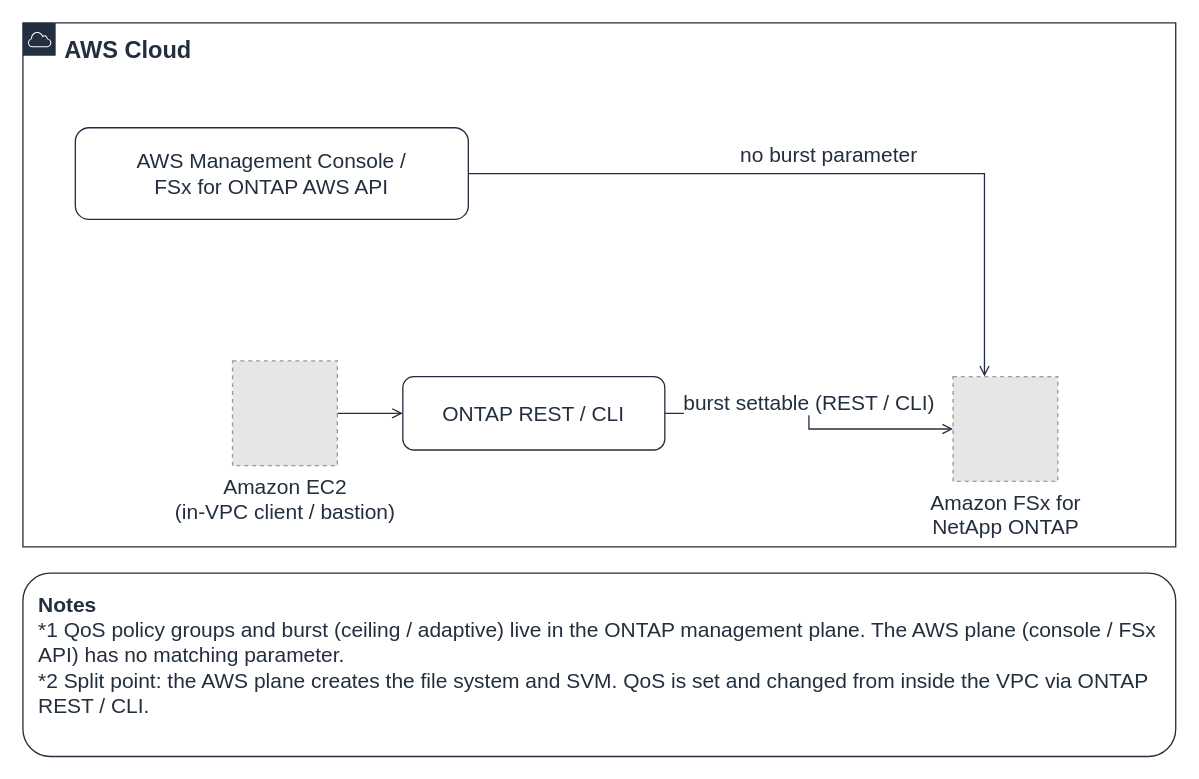
This is docs/_assets/diagrams/qos-burst-two-plane-en.drawio from Yoshiki0705/FSx-for-ONTAP-Adoption-Playbook, a draw.io file, before an edit. Source tidied: cells renumbered, new cells numbered last; positions are measured from the earlier drawing's top-left corner, leaving out a move shared by most shapes. Both pictures are drawn from the tidied source at 131%, with x=0, y=0 at pixel (22, 22). Pictures stored in the file or linked from it are replaced by grey dashed boxes.
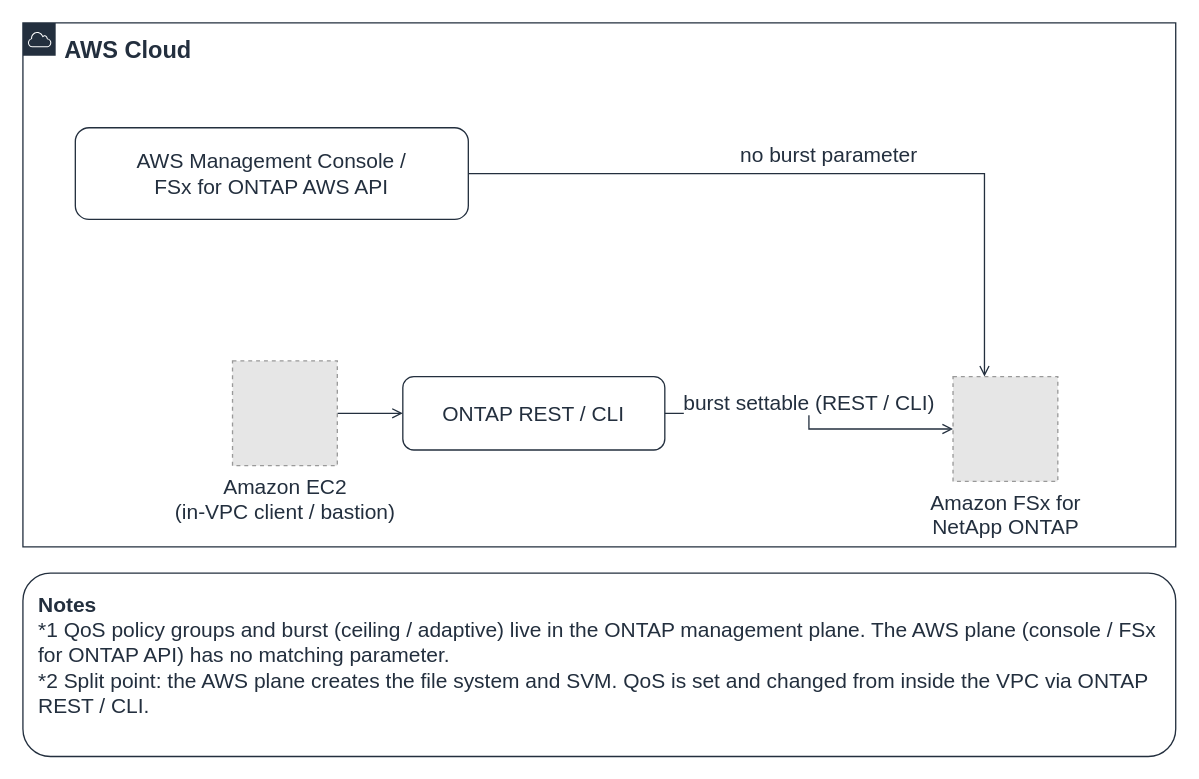
The same diagram, later.

Change to the diagram source:
```diff
@@
 <mxGraphModel background="#FFFFFF">
   <root>
     <mxCell id="0" />
     <mxCell id="1" parent="0" />
     <mxCell id="2" value="no burst parameter" style="edgeStyle=orthogonalEdgeStyle;rounded=0;html=1;endArrow=open;endFill=0;strokeColor=#232F3E;strokeWidth=1;fontSize=16;fontColor=#232F3E;labelBackgroundColor=#FFFFFF;exitX=1.0;exitY=0.5;exitDx=0;exitDy=0;entryX=0.3;entryY=0.0;entryDx=0;entryDy=0;" parent="1" edge="1" source="6" target="9">
       <mxGeometry relative="1" as="geometry">
         <mxPoint y="-14" as="offset" />
       </mxGeometry>
     </mxCell>
     <mxCell id="3" style="edgeStyle=orthogonalEdgeStyle;rounded=0;html=1;endArrow=open;endFill=0;strokeColor=#232F3E;strokeWidth=1;fontSize=16;fontColor=#232F3E;labelBackgroundColor=#FFFFFF;exitX=1.0;exitY=0.5;exitDx=0;exitDy=0;entryX=0.0;entryY=0.5;entryDx=0;entryDy=0;" parent="1" edge="1" source="10" target="7">
       <mxGeometry relative="1" as="geometry" />
     </mxCell>
     <mxCell id="4" value="burst settable (REST / CLI)" style="edgeStyle=orthogonalEdgeStyle;rounded=0;html=1;endArrow=open;endFill=0;strokeColor=#232F3E;strokeWidth=1;fontSize=16;fontColor=#232F3E;labelBackgroundColor=#FFFFFF;exitX=1.0;exitY=0.5;exitDx=0;exitDy=0;entryX=0.0;entryY=0.5;entryDx=0;entryDy=0;" parent="1" edge="1" source="7" target="9">
       <mxGeometry relative="1" as="geometry">
         <mxPoint y="-14" as="offset" />
       </mxGeometry>
     </mxCell>
     <mxCell id="5" value="AWS Cloud" style="gradientColor=none;html=1;whiteSpace=wrap;fontSize=18;fontStyle=1;fontColor=#232F3E;shape=mxgraph.aws4.group;grIcon=mxgraph.aws4.group_aws_cloud;strokeColor=#232F3E;fillColor=none;verticalAlign=top;align=left;spacingLeft=30;spacingTop=4;dashed=0;labelBackgroundColor=#FFFFFF;" parent="1" vertex="1">
       <mxGeometry width="880" height="400" as="geometry" />
     </mxCell>
     <mxCell id="6" value="AWS Management Console /&lt;br&gt;FSx for ONTAP AWS API" style="rounded=1;whiteSpace=wrap;html=1;strokeColor=#232F3E;fillColor=none;fontColor=#232F3E;fontSize=16;verticalAlign=middle;align=center;" parent="1" vertex="1">
       <mxGeometry x="40" y="80" width="300" height="70" as="geometry" />
     </mxCell>
     <mxCell id="7" value="ONTAP REST / CLI" style="rounded=1;whiteSpace=wrap;html=1;strokeColor=#232F3E;fillColor=none;fontColor=#232F3E;fontSize=16;verticalAlign=middle;align=center;" parent="1" vertex="1">
       <mxGeometry x="290" y="270" width="200" height="56" as="geometry" />
     </mxCell>
-    <mxCell id="8" value="&lt;b&gt;Notes&lt;/b&gt;&lt;br&gt;*1 QoS policy groups and burst (ceiling / adaptive) live in the ONTAP management plane. The AWS plane (console / FSx API) has no matching parameter.&lt;br&gt;*2 Split point: the AWS plane creates the file system and SVM. QoS is set and changed from inside the VPC via ONTAP REST / CLI." style="rounded=1;whiteSpace=wrap;html=1;strokeColor=#232F3E;fillColor=none;fontColor=#232F3E;fontSize=16;verticalAlign=top;align=left;spacingLeft=10;spacingRight=10;spacingTop=8;" parent="1" vertex="1">
+    <mxCell id="8" value="&lt;b&gt;Notes&lt;/b&gt;&lt;br&gt;*1 QoS policy groups and burst (ceiling / adaptive) live in the ONTAP management plane. The AWS plane (console / FSx for ONTAP API) has no matching parameter.&lt;br&gt;*2 Split point: the AWS plane creates the file system and SVM. QoS is set and changed from inside the VPC via ONTAP REST / CLI." style="rounded=1;whiteSpace=wrap;html=1;strokeColor=#232F3E;fillColor=none;fontColor=#232F3E;fontSize=16;verticalAlign=top;align=left;spacingLeft=10;spacingRight=10;spacingTop=8;" parent="1" vertex="1">
       <mxGeometry y="420" width="880" height="140" as="geometry" />
     </mxCell>
     <mxCell id="9" value="Amazon FSx for&lt;br&gt;NetApp ONTAP" style="fillColor=#E6E6E6;strokeColor=#999999;dashed=1;html=1;verticalLabelPosition=bottom;verticalAlign=top;labelPosition=center;align=center;fontSize=16;fontColor=#232F3E;" parent="1" vertex="1">
       <mxGeometry x="710" y="270" width="80" height="80" as="geometry" />
     </mxCell>
     <mxCell id="10" value="Amazon EC2&lt;br&gt;(in-VPC client / bastion)" style="fillColor=#E6E6E6;strokeColor=#999999;dashed=1;html=1;verticalLabelPosition=bottom;verticalAlign=top;labelPosition=center;align=center;fontSize=16;fontColor=#232F3E;" parent="1" vertex="1">
       <mxGeometry x="160" y="258" width="80" height="80" as="geometry" />
     </mxCell>
   </root>
 </mxGraphModel>
```
